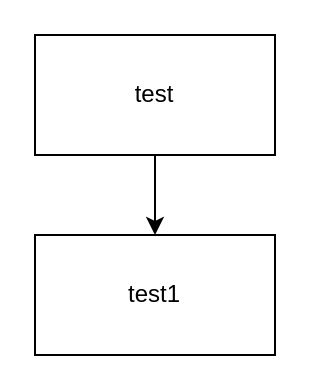
Before: 未命名绘图.drawio in xyzgithome/algorithm, a draw.io diagram. Source tidied: cells renumbered, new cells numbered last; positions are measured from the earlier drawing's top-left corner, leaving out a move shared by most shapes. Both pictures are drawn from the tidied source at 200%, with x=0, y=0 at pixel (34, 34).
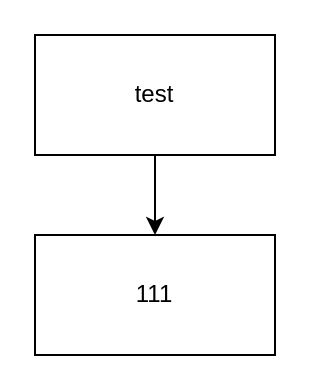
The same diagram, later.

Commit message (it also covers changes not shown here):
更新未命名绘图.drawio

Change to the diagram source:
```diff
@@
 <mxGraphModel>
   <root>
     <mxCell id="0" />
     <mxCell id="1" parent="0" />
     <mxCell id="2" style="edgeStyle=orthogonalEdgeStyle;rounded=0;jettySize=auto;html=1;" parent="1" edge="1" source="3" target="4">
       <mxGeometry relative="1" as="geometry" />
     </mxCell>
     <mxCell id="3" value="test" style="rounded=0;whiteSpace=wrap;html=1;" parent="1" vertex="1">
       <mxGeometry width="120" height="60" as="geometry" />
     </mxCell>
-    <mxCell id="4" value="test1" style="rounded=0;whiteSpace=wrap;html=1;" parent="1" vertex="1">
+    <mxCell id="4" value="111" style="rounded=0;whiteSpace=wrap;html=1;" parent="1" vertex="1">
       <mxGeometry y="100" width="120" height="60" as="geometry" />
     </mxCell>
   </root>
 </mxGraphModel>
```
